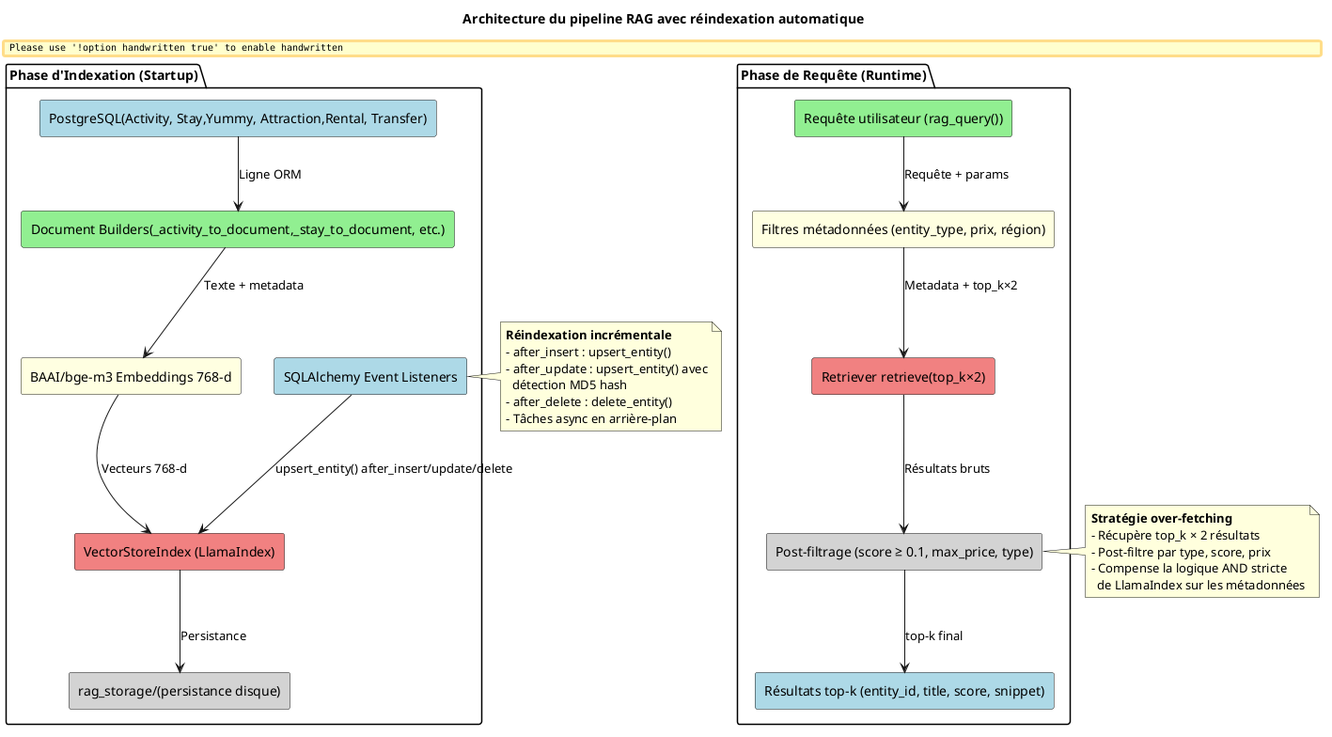
Above: diagrams/fig_02_rag_architecture.png in ahmed-addali/rapport (PlantUML), before the change. Its diagram source:
```plantuml
@startuml
skinparam backgroundColor #FEFEFE
skinparam handwritten false
skinparam defaultFontName "Arial"

title Architecture du pipeline RAG avec réindexation automatique

!define RECTANGLE class

package "Phase d'Indexation (Startup)" {
  rectangle "PostgreSQL(Activity, Stay,Yummy, Attraction,Rental, Transfer)" as PG1 #LightBlue
  rectangle "Document Builders(_activity_to_document,_stay_to_document, etc.)" as Builders #LightGreen
  rectangle "BAAI/bge-m3 Embeddings 768-d" as Embed #LightYellow
  rectangle "VectorStoreIndex (LlamaIndex)" as Index #LightCoral
  rectangle "rag_storage/(persistance disque)" as Storage #LightGray
  rectangle "SQLAlchemy Event Listeners" as Events #LightBlue
}

package "Phase de Requête (Runtime)" {
  rectangle "Requête utilisateur (rag_query())" as Query #LightGreen
  rectangle "Filtres métadonnées (entity_type, prix, région)" as Filters #LightYellow
  rectangle "Retriever retrieve(top_k×2)" as Retriever #LightCoral
  rectangle "Post-filtrage (score ≥ 0.1, max_price, type)" as PostFilter #LightGray
  rectangle "Résultats top-k (entity_id, title, score, snippet)" as Results #LightBlue
}

PG1 --> Builders : Ligne ORM
Builders --> Embed : Texte + metadata
Embed --> Index : Vecteurs 768-d
Index --> Storage : Persistance
Events --> Index : upsert_entity() after_insert/update/delete

Query --> Filters : Requête + params
Filters --> Retriever : Metadata + top_k×2
Retriever --> PostFilter : Résultats bruts
PostFilter --> Results : top-k final

note right of Events
  **Réindexation incrémentale**
  - after_insert : upsert_entity()
  - after_update : upsert_entity() avec
    détection MD5 hash
  - after_delete : delete_entity()
  - Tâches async en arrière-plan
end note

note right of PostFilter
  **Stratégie over-fetching**
  - Récupère top_k × 2 résultats
  - Post-filtre par type, score, prix
  - Compense la logique AND stricte
    de LlamaIndex sur les métadonnées
end note

@enduml
```
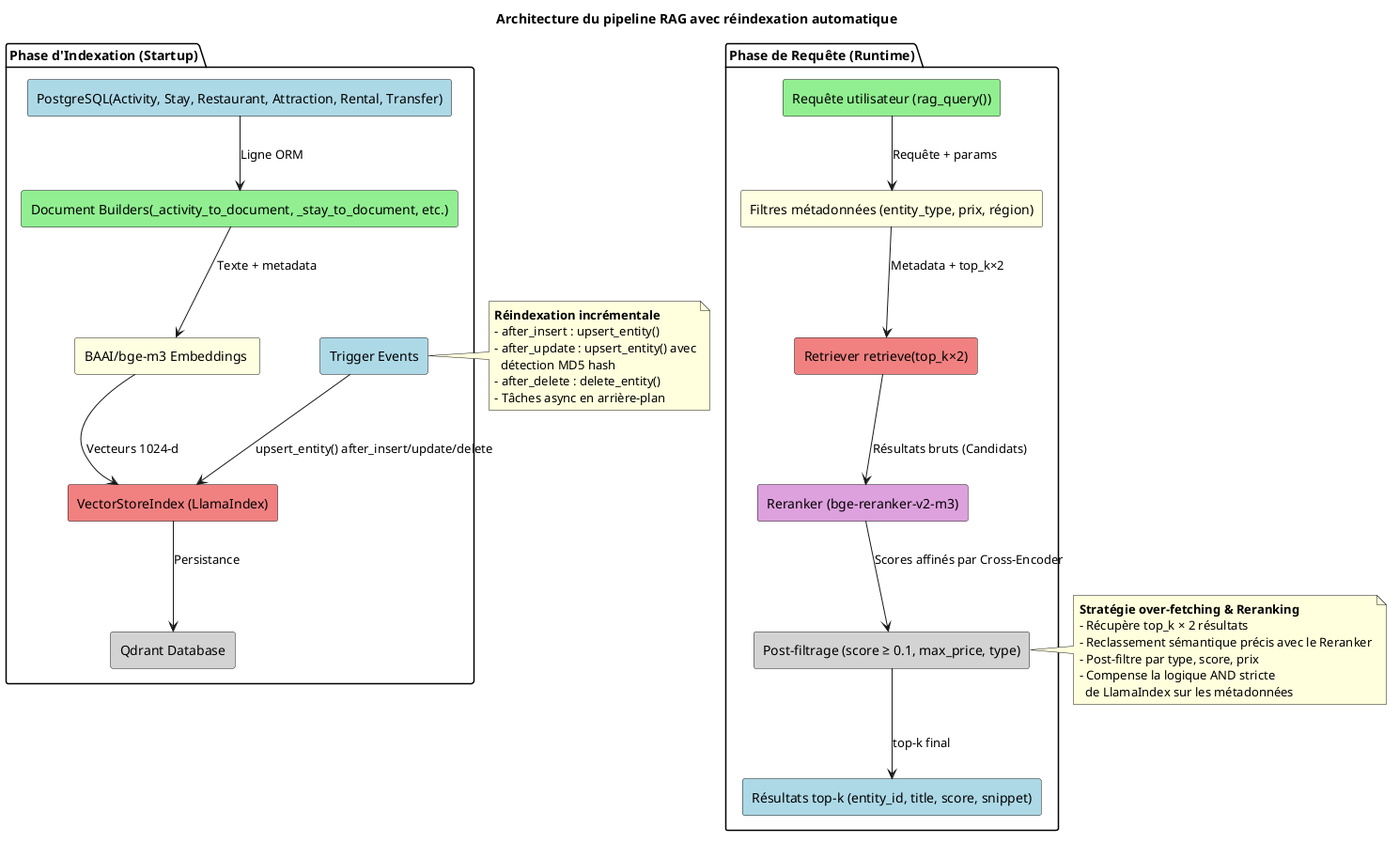
Above is the later version.

Change to the diagram source:
```diff
@@ -1,6 +1,5 @@
 @startuml
 skinparam backgroundColor #FEFEFE
-skinparam handwritten false
 skinparam defaultFontName "Arial"
 
 title Architecture du pipeline RAG avec réindexation automatique
@@ -8,31 +7,36 @@
 !define RECTANGLE class
 
 package "Phase d'Indexation (Startup)" {
-  rectangle "PostgreSQL(Activity, Stay,Yummy, Attraction,Rental, Transfer)" as PG1 #LightBlue
-  rectangle "Document Builders(_activity_to_document,_stay_to_document, etc.)" as Builders #LightGreen
-  rectangle "BAAI/bge-m3 Embeddings 768-d" as Embed #LightYellow
+  rectangle "PostgreSQL(Activity, Stay, Restaurant, Attraction, Rental, Transfer)" as PG1 #LightBlue
+  rectangle "Document Builders(_activity_to_document, _stay_to_document, etc.)" as Builders #LightGreen
+  rectangle "BAAI/bge-m3 Embeddings " as Embed #LightYellow
   rectangle "VectorStoreIndex (LlamaIndex)" as Index #LightCoral
-  rectangle "rag_storage/(persistance disque)" as Storage #LightGray
-  rectangle "SQLAlchemy Event Listeners" as Events #LightBlue
+  rectangle "Qdrant Database" as Storage #LightGray
+  rectangle "Trigger Events" as Events #LightBlue
 }
 
 package "Phase de Requête (Runtime)" {
   rectangle "Requête utilisateur (rag_query())" as Query #LightGreen
   rectangle "Filtres métadonnées (entity_type, prix, région)" as Filters #LightYellow
   rectangle "Retriever retrieve(top_k×2)" as Retriever #LightCoral
+
+  rectangle "Reranker (bge-reranker-v2-m3)" as Rerank #Plum
+
   rectangle "Post-filtrage (score ≥ 0.1, max_price, type)" as PostFilter #LightGray
   rectangle "Résultats top-k (entity_id, title, score, snippet)" as Results #LightBlue
 }
 
 PG1 --> Builders : Ligne ORM
 Builders --> Embed : Texte + metadata
-Embed --> Index : Vecteurs 768-d
+Embed --> Index : Vecteurs 1024-d
 Index --> Storage : Persistance
 Events --> Index : upsert_entity() after_insert/update/delete
 
 Query --> Filters : Requête + params
 Filters --> Retriever : Metadata + top_k×2
-Retriever --> PostFilter : Résultats bruts
+
+Retriever --> Rerank : Résultats bruts (Candidats)
+Rerank --> PostFilter : Scores affinés par Cross-Encoder
 PostFilter --> Results : top-k final
 
 note right of Events
@@ -45,8 +49,9 @@
 end note
 
 note right of PostFilter
-  **Stratégie over-fetching**
+  **Stratégie over-fetching & Reranking**
   - Récupère top_k × 2 résultats
+  - Reclassement sémantique précis avec le Reranker
   - Post-filtre par type, score, prix
   - Compense la logique AND stricte
     de LlamaIndex sur les métadonnées
```
